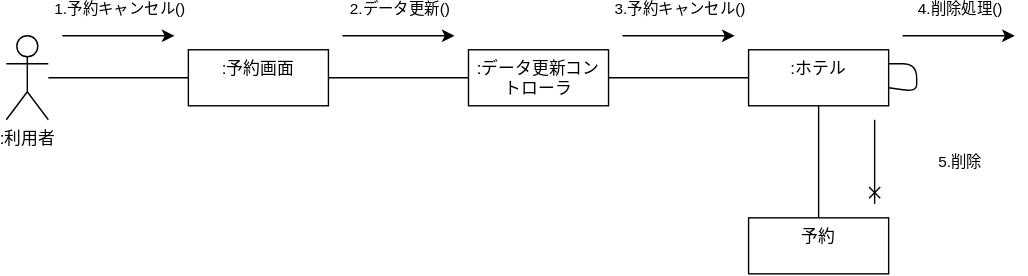
yoshidasen/uml-introduction keeps this draw.io diagram as 演習５-2_CD_予約登録削除.drawio.svg. Above is the earlier version. Source tidied: cells renumbered, new cells last; positions are measured from the earlier drawing's top-left corner, leaving out a move shared by most shapes. Its diagram source:
```xml
<mxGraphModel>
  <root>
    <mxCell id="0" />
    <mxCell id="1" parent="0" />
    <mxCell id="2" style="edgeStyle=none;html=1;endArrow=none;endFill=0;" parent="1" edge="1" source="3" target="5">
      <mxGeometry relative="1" as="geometry" />
    </mxCell>
    <mxCell id="3" value=":利用者" style="shape=umlActor;verticalLabelPosition=bottom;verticalAlign=top;html=1;outlineConnect=0;" parent="1" vertex="1">
      <mxGeometry width="30" height="60" as="geometry" />
    </mxCell>
    <mxCell id="4" style="edgeStyle=none;html=1;endArrow=none;endFill=0;" parent="1" edge="1" source="5" target="6">
      <mxGeometry relative="1" as="geometry" />
    </mxCell>
    <mxCell id="5" value=":予約画面" style="whiteSpace=wrap;html=1;verticalAlign=top;" parent="1" vertex="1">
      <mxGeometry x="130" y="10" width="100" height="40" as="geometry" />
    </mxCell>
    <mxCell id="6" value=":データ更新コントローラ" style="whiteSpace=wrap;html=1;verticalAlign=top;" parent="1" vertex="1">
      <mxGeometry x="330" y="10" width="100" height="40" as="geometry" />
    </mxCell>
    <mxCell id="7" style="edgeStyle=none;html=1;endArrow=none;endFill=0;" parent="1" edge="1" source="9" target="10">
      <mxGeometry relative="1" as="geometry" />
    </mxCell>
    <mxCell id="8" style="edgeStyle=none;html=1;startArrow=none;startFill=0;endArrow=none;endFill=0;" parent="1" edge="1" source="9" target="6">
      <mxGeometry relative="1" as="geometry" />
    </mxCell>
    <mxCell id="9" value=":ホテル" style="whiteSpace=wrap;html=1;verticalAlign=top;" parent="1" vertex="1">
      <mxGeometry x="530" y="10" width="100" height="40" as="geometry" />
    </mxCell>
    <mxCell id="10" value="予約" style="whiteSpace=wrap;html=1;verticalAlign=top;" parent="1" vertex="1">
      <mxGeometry x="530" y="130" width="100" height="40" as="geometry" />
    </mxCell>
    <mxCell id="11" style="endArrow=classic;html=1;" parent="1" edge="1">
      <mxGeometry relative="1" as="geometry">
        <mxPoint x="40" as="sourcePoint" />
        <mxPoint x="120" as="targetPoint" />
      </mxGeometry>
    </mxCell>
    <mxCell id="12" value="1.予約キャンセル()" style="edgeLabel;html=1;align=center;verticalAlign=middle;" parent="11" vertex="1">
      <mxGeometry relative="1" as="geometry">
        <mxPoint y="-20" as="offset" />
      </mxGeometry>
    </mxCell>
    <mxCell id="13" style="endArrow=classic;html=1;" parent="1" edge="1">
      <mxGeometry relative="1" as="geometry">
        <mxPoint x="240" as="sourcePoint" />
        <mxPoint x="320" as="targetPoint" />
      </mxGeometry>
    </mxCell>
    <mxCell id="14" value="2.データ更新()" style="edgeLabel;html=1;align=center;verticalAlign=middle;" parent="13" vertex="1">
      <mxGeometry relative="1" as="geometry">
        <mxPoint y="-20" as="offset" />
      </mxGeometry>
    </mxCell>
    <mxCell id="15" style="endArrow=classic;html=1;" parent="1" edge="1">
      <mxGeometry relative="1" as="geometry">
        <mxPoint x="440" as="sourcePoint" />
        <mxPoint x="520" as="targetPoint" />
      </mxGeometry>
    </mxCell>
    <mxCell id="16" value="3.予約キャンセル()" style="edgeLabel;html=1;align=center;verticalAlign=middle;" parent="15" vertex="1">
      <mxGeometry relative="1" as="geometry">
        <mxPoint y="-20" as="offset" />
      </mxGeometry>
    </mxCell>
    <mxCell id="17" style="endArrow=classic;html=1;" parent="1" edge="1">
      <mxGeometry relative="1" as="geometry">
        <mxPoint x="640" as="sourcePoint" />
        <mxPoint x="720" as="targetPoint" />
      </mxGeometry>
    </mxCell>
    <mxCell id="18" value="4.削除処理()" style="edgeLabel;html=1;align=center;verticalAlign=middle;" parent="17" vertex="1">
      <mxGeometry relative="1" as="geometry">
        <mxPoint y="-20" as="offset" />
      </mxGeometry>
    </mxCell>
    <mxCell id="19" style="endArrow=cross;html=1;endFill=0;" parent="1" edge="1">
      <mxGeometry relative="1" as="geometry">
        <mxPoint x="620" y="60" as="sourcePoint" />
        <mxPoint x="620" y="120" as="targetPoint" />
      </mxGeometry>
    </mxCell>
    <mxCell id="20" value="5.削除" style="edgeLabel;html=1;align=center;verticalAlign=middle;" parent="19" vertex="1">
      <mxGeometry relative="1" as="geometry">
        <mxPoint x="60" y="-1" as="offset" />
      </mxGeometry>
    </mxCell>
    <mxCell id="21" style="edgeStyle=none;html=1;exitX=1;exitY=0.25;exitDx=0;exitDy=0;endArrow=none;endFill=0;" parent="1" edge="1" source="9" target="9">
      <mxGeometry relative="1" as="geometry" />
    </mxCell>
  </root>
</mxGraphModel>
```
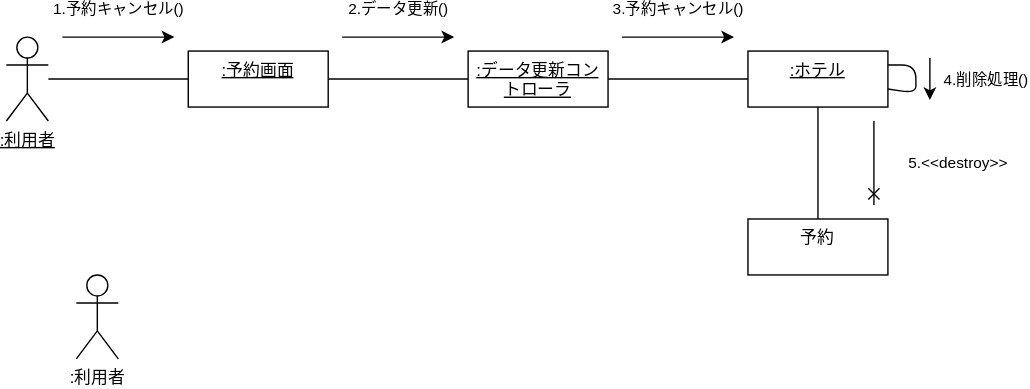
After the change.

Change to the diagram source:
```diff
@@ -5,16 +5,16 @@
     <mxCell id="2" style="edgeStyle=none;html=1;endArrow=none;endFill=0;" parent="1" edge="1" source="3" target="5">
       <mxGeometry relative="1" as="geometry" />
     </mxCell>
-    <mxCell id="3" value=":利用者" style="shape=umlActor;verticalLabelPosition=bottom;verticalAlign=top;html=1;outlineConnect=0;" parent="1" vertex="1">
+    <mxCell id="3" value="&lt;u&gt;:利用者&lt;/u&gt;" style="shape=umlActor;verticalLabelPosition=bottom;verticalAlign=top;html=1;outlineConnect=0;" parent="1" vertex="1">
       <mxGeometry width="30" height="60" as="geometry" />
     </mxCell>
     <mxCell id="4" style="edgeStyle=none;html=1;endArrow=none;endFill=0;" parent="1" edge="1" source="5" target="6">
       <mxGeometry relative="1" as="geometry" />
     </mxCell>
-    <mxCell id="5" value=":予約画面" style="whiteSpace=wrap;html=1;verticalAlign=top;" parent="1" vertex="1">
+    <mxCell id="5" value="&lt;u&gt;:予約画面&lt;/u&gt;" style="whiteSpace=wrap;html=1;verticalAlign=top;" parent="1" vertex="1">
       <mxGeometry x="130" y="10" width="100" height="40" as="geometry" />
     </mxCell>
-    <mxCell id="6" value=":データ更新コントローラ" style="whiteSpace=wrap;html=1;verticalAlign=top;" parent="1" vertex="1">
+    <mxCell id="6" value="&lt;u&gt;:データ更新コントローラ&lt;/u&gt;" style="whiteSpace=wrap;html=1;verticalAlign=top;" parent="1" vertex="1">
       <mxGeometry x="330" y="10" width="100" height="40" as="geometry" />
     </mxCell>
     <mxCell id="7" style="edgeStyle=none;html=1;endArrow=none;endFill=0;" parent="1" edge="1" source="9" target="10">
@@ -23,7 +23,7 @@
     <mxCell id="8" style="edgeStyle=none;html=1;startArrow=none;startFill=0;endArrow=none;endFill=0;" parent="1" edge="1" source="9" target="6">
       <mxGeometry relative="1" as="geometry" />
     </mxCell>
-    <mxCell id="9" value=":ホテル" style="whiteSpace=wrap;html=1;verticalAlign=top;" parent="1" vertex="1">
+    <mxCell id="9" value="&lt;u&gt;:ホテル&lt;/u&gt;" style="whiteSpace=wrap;html=1;verticalAlign=top;" parent="1" vertex="1">
       <mxGeometry x="530" y="10" width="100" height="40" as="geometry" />
     </mxCell>
     <mxCell id="10" value="予約" style="whiteSpace=wrap;html=1;verticalAlign=top;" parent="1" vertex="1">
@@ -64,13 +64,13 @@
     </mxCell>
     <mxCell id="17" style="endArrow=classic;html=1;" parent="1" edge="1">
       <mxGeometry relative="1" as="geometry">
-        <mxPoint x="640" as="sourcePoint" />
-        <mxPoint x="720" as="targetPoint" />
+        <mxPoint x="660" y="15" as="sourcePoint" />
+        <mxPoint x="660" y="45" as="targetPoint" />
       </mxGeometry>
     </mxCell>
     <mxCell id="18" value="4.削除処理()" style="edgeLabel;html=1;align=center;verticalAlign=middle;" parent="17" vertex="1">
       <mxGeometry relative="1" as="geometry">
-        <mxPoint y="-20" as="offset" />
+        <mxPoint x="40" as="offset" />
       </mxGeometry>
     </mxCell>
     <mxCell id="19" style="endArrow=cross;html=1;endFill=0;" parent="1" edge="1">
@@ -79,7 +79,7 @@
         <mxPoint x="620" y="120" as="targetPoint" />
       </mxGeometry>
     </mxCell>
-    <mxCell id="20" value="5.削除" style="edgeLabel;html=1;align=center;verticalAlign=middle;" parent="19" vertex="1">
+    <mxCell id="20" value="5.&amp;lt;&amp;lt;destroy&amp;gt;&amp;gt;" style="edgeLabel;html=1;align=center;verticalAlign=middle;" parent="19" vertex="1">
       <mxGeometry relative="1" as="geometry">
         <mxPoint x="60" y="-1" as="offset" />
       </mxGeometry>
@@ -87,5 +87,8 @@
     <mxCell id="21" style="edgeStyle=none;html=1;exitX=1;exitY=0.25;exitDx=0;exitDy=0;endArrow=none;endFill=0;" parent="1" edge="1" source="9" target="9">
       <mxGeometry relative="1" as="geometry" />
     </mxCell>
+    <mxCell id="22" value=":利用者" style="shape=umlActor;verticalLabelPosition=bottom;verticalAlign=top;html=1;" parent="1" vertex="1">
+      <mxGeometry x="50" y="170" width="30" height="60" as="geometry" />
+    </mxCell>
   </root>
 </mxGraphModel>
```
